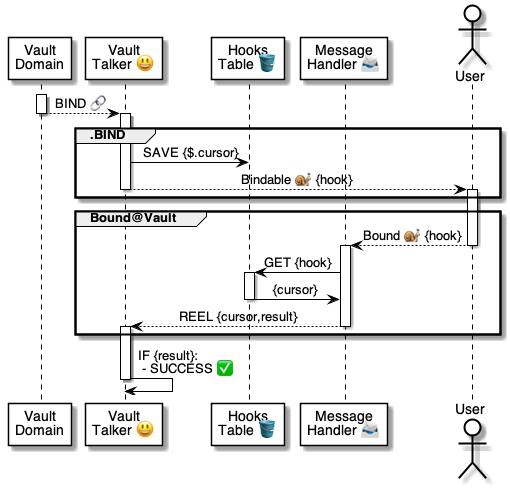
Above: 4 ⚙️ Solution/35 💬 Chats/😃 Talkers/😃⚙️ Talker cmds/...control ▶️/REEL 🎣/🎣 REEL ⚙️ uml.png in pollyweb-org/pollyweb-docs (PlantUML), before the change. Its source is kept beside it as 4 ⚙️ Solution/35 💬 Chats/😃 Talkers/😃⚙️ Talker cmds/...control ▶️/REEL 🎣/🎣 REEL ⚙️ uml.puml.
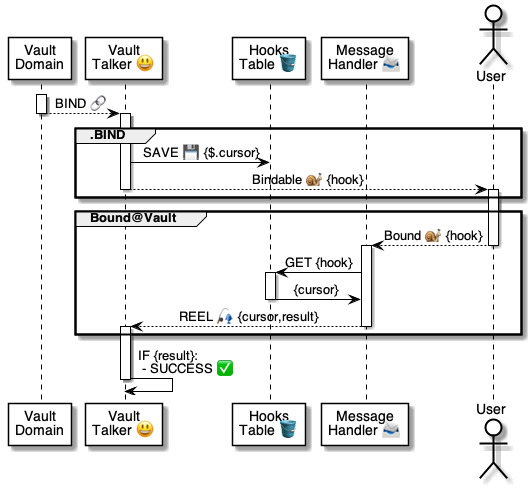
After the change.

Diff of the diagram source:
```diff
@@ -11,7 +11,7 @@
 deactivate vault
 group .BIND
 activate talker
-    talker -> hooks: SAVE {$.cursor}
+    talker -> hooks: SAVE 💾 {$.cursor}
     talker --> user: Bindable 🐌 {hook}
 deactivate talker
 activate user
@@ -26,7 +26,7 @@
     activate hooks
         hooks -> handler: {cursor}
     deactivate hooks
-    handler --> talker: REEL {cursor,result}
+    handler --> talker: REEL 🎣 {cursor,result}
 deactivate handler
 
 activate talker
```
